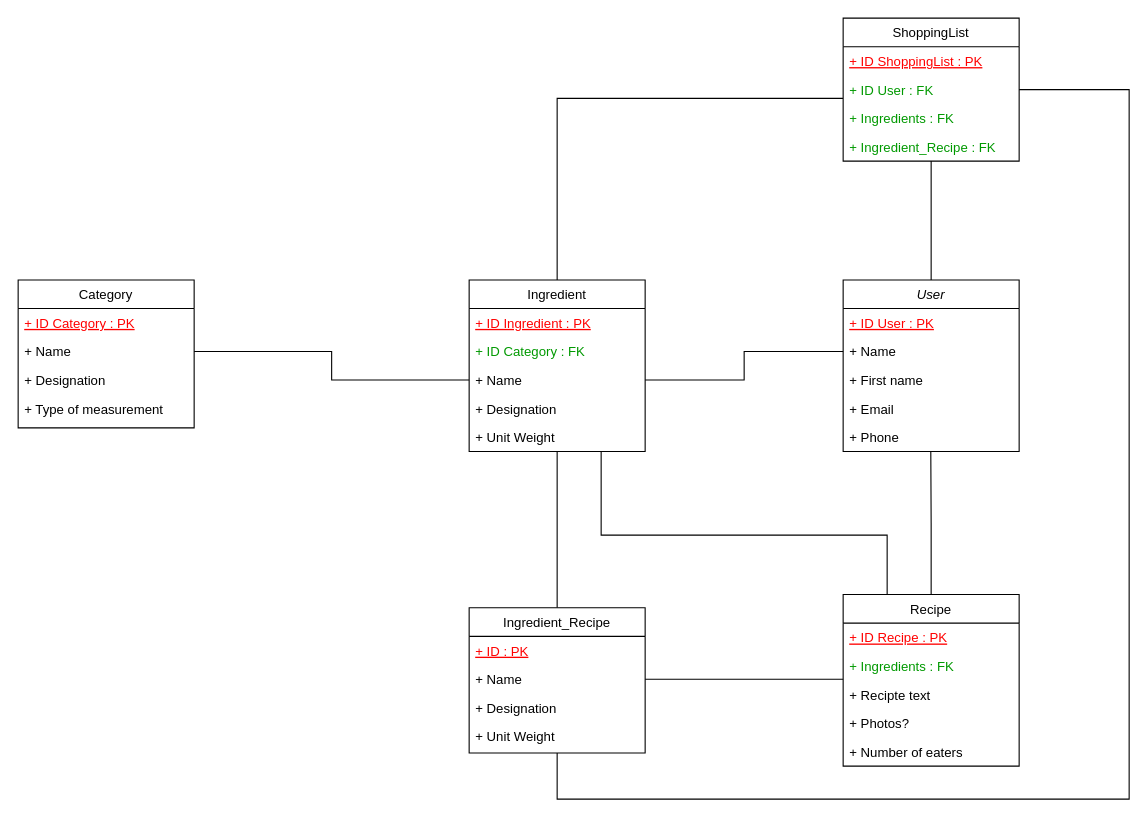
Before: corlis_MLD.drawio in xForainx/corlis, a draw.io diagram. Source tidied: cells renumbered, new cells numbered last; positions are measured from the earlier drawing's top-left corner, leaving out a move shared by most shapes. Both pictures are drawn from the tidied source at 110%, with x=0, y=0 at pixel (18, 18).
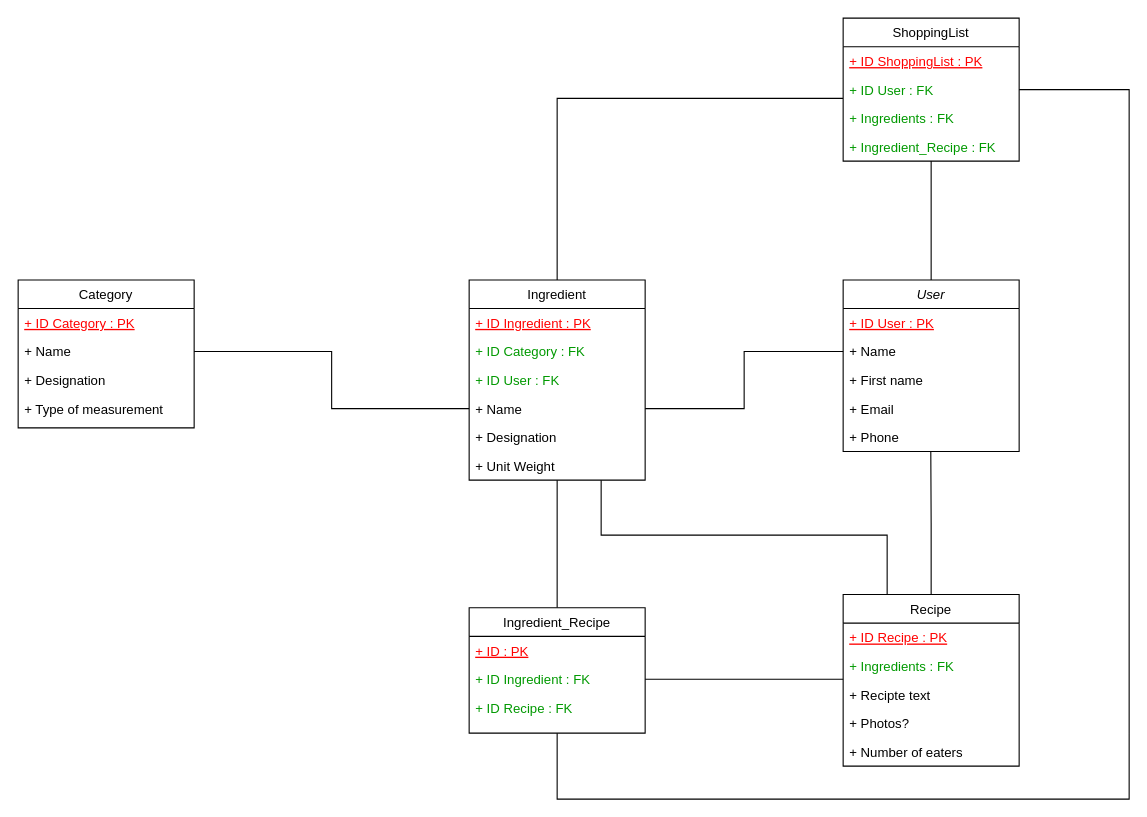
Above is the later version.

Commit message:
corlis_MLD vers la fin

Change to the diagram source:
```diff
@@
     <mxCell id="12" value="Ingredient" style="swimlane;fontStyle=0;align=center;verticalAlign=top;horizontal=1;startSize=26;rounded=0;shadow=0;strokeWidth=1;" parent="1" vertex="1">
-      <mxGeometry x="410" y="238" width="160" height="156" as="geometry" />
+      <mxGeometry x="410" y="238" width="160" height="182" as="geometry" />
     </mxCell>
@@
+    <mxCell id="44" value="+ ID User : FK" style="text;align=left;verticalAlign=top;spacingLeft=4;spacingRight=4;overflow=hidden;rounded=0;shadow=0;html=0;fontColor=#009900;" parent="12" vertex="1">
+      <mxGeometry y="78" width="160" height="26" as="geometry" />
+    </mxCell>
     <mxCell id="15" value="+ Name" style="text;align=left;verticalAlign=top;spacingLeft=4;spacingRight=4;overflow=hidden;points=[[0,0.5],[1,0.5]];portConstraint=eastwest;rounded=0;shadow=0;html=0;" parent="12" vertex="1">
-      <mxGeometry y="78" width="160" height="26" as="geometry" />
+      <mxGeometry y="104" width="160" height="26" as="geometry" />
     </mxCell>
     <mxCell id="16" value="+ Designation" style="text;align=left;verticalAlign=top;spacingLeft=4;spacingRight=4;overflow=hidden;rounded=0;shadow=0;html=0;" parent="12" vertex="1">
-      <mxGeometry y="104" width="160" height="26" as="geometry" />
+      <mxGeometry y="130" width="160" height="26" as="geometry" />
     </mxCell>
     <mxCell id="17" value="+ Unit Weight" style="text;align=left;verticalAlign=top;spacingLeft=4;spacingRight=4;overflow=hidden;rounded=0;shadow=0;html=0;" parent="12" vertex="1">
-      <mxGeometry y="130" width="160" height="26" as="geometry" />
+      <mxGeometry y="156" width="160" height="26" as="geometry" />
     </mxCell>
@@
     <mxCell id="38" value="Ingredient_Recipe" style="swimlane;fontStyle=0;align=center;verticalAlign=top;horizontal=1;startSize=26;rounded=0;shadow=0;strokeWidth=1;" parent="1" vertex="1">
-      <mxGeometry x="410" y="536" width="160" height="132" as="geometry" />
+      <mxGeometry x="410" y="536" width="160" height="114" as="geometry" />
     </mxCell>
@@
-    <mxCell id="40" value="+ Name" style="text;align=left;verticalAlign=top;spacingLeft=4;spacingRight=4;overflow=hidden;points=[[0,0.5],[1,0.5]];portConstraint=eastwest;rounded=0;shadow=0;html=0;" parent="38" vertex="1">
+    <mxCell id="40" value="+ ID Ingredient : FK" style="text;align=left;verticalAlign=top;spacingLeft=4;spacingRight=4;overflow=hidden;points=[[0,0.5],[1,0.5]];portConstraint=eastwest;rounded=0;shadow=0;html=0;fontColor=#009900;" parent="38" vertex="1">
       <mxGeometry y="52" width="160" height="26" as="geometry" />
     </mxCell>
-    <mxCell id="41" value="+ Designation" style="text;align=left;verticalAlign=top;spacingLeft=4;spacingRight=4;overflow=hidden;rounded=0;shadow=0;html=0;" parent="38" vertex="1">
+    <mxCell id="41" value="+ ID Recipe : FK" style="text;align=left;verticalAlign=top;spacingLeft=4;spacingRight=4;overflow=hidden;rounded=0;shadow=0;html=0;fontColor=#009900;" parent="38" vertex="1">
       <mxGeometry y="78" width="160" height="26" as="geometry" />
     </mxCell>
-    <mxCell id="42" value="+ Unit Weight" style="text;align=left;verticalAlign=top;spacingLeft=4;spacingRight=4;overflow=hidden;rounded=0;shadow=0;html=0;" parent="38" vertex="1">
-      <mxGeometry y="104" width="160" height="26" as="geometry" />
-    </mxCell>
```
